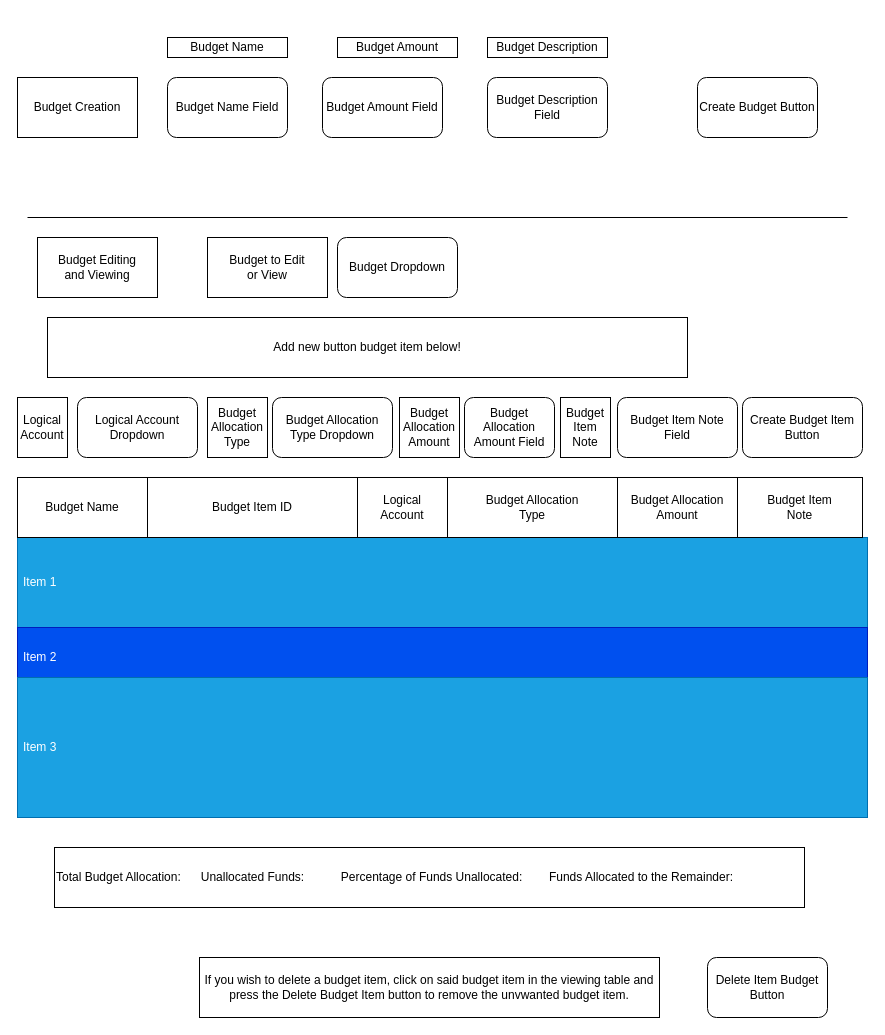
Above: page "Budgeting UI Rought Draft" (3 of 3) of Budgeting UI.drawio in Trenton-Gibson/Python-Finance-Project (draw.io), before the change. Source tidied: cells renumbered, new cells numbered last; positions are measured from the earlier drawing's top-left corner, leaving out a move shared by most shapes. Both pictures are drawn from the tidied source at 100%, with x=0, y=0 at pixel (17, 37).
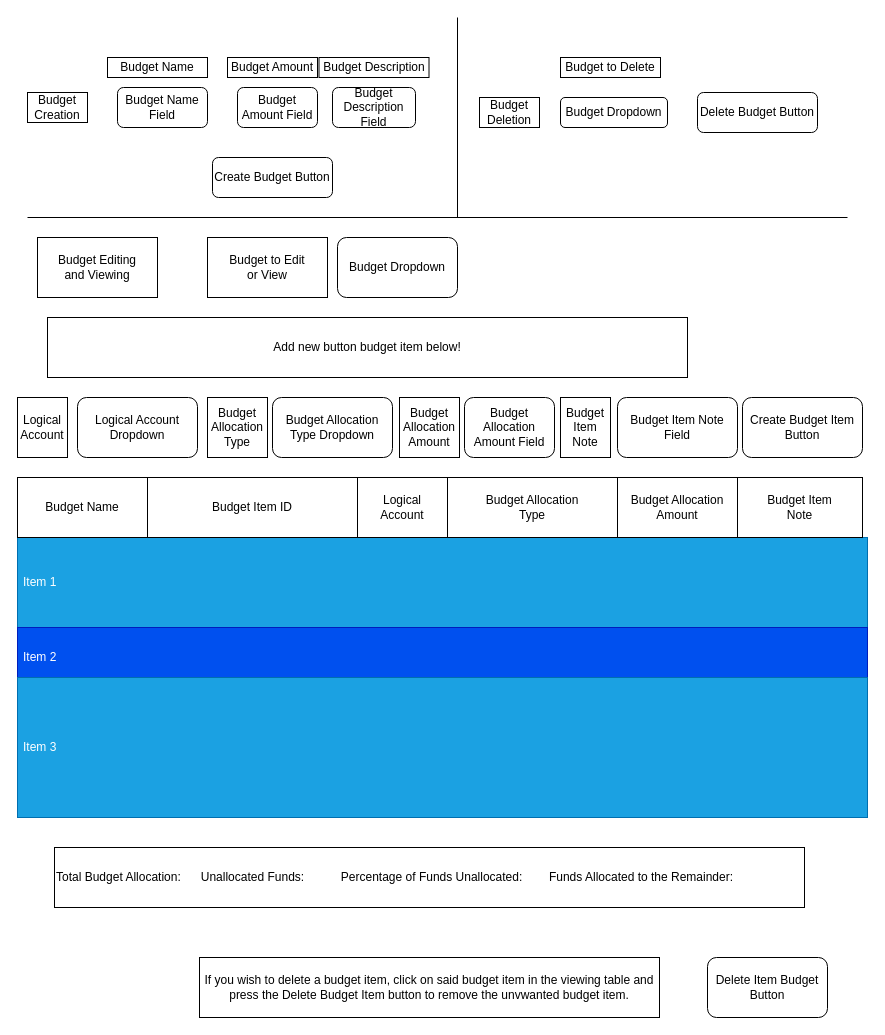
The same diagram, later.

Commit message (it also covers changes not shown here):
Need to finish budget amount display for income

What changed in the source:
```diff
@@
     <mxCell id="2" value="Budget Creation" style="rounded=0;whiteSpace=wrap;html=1;" parent="1" vertex="1">
-      <mxGeometry y="40" width="120" height="60" as="geometry" />
+      <mxGeometry x="10" y="55" width="60" height="30" as="geometry" />
     </mxCell>
@@
     <mxCell id="4" value="Budget Name Field" style="rounded=1;whiteSpace=wrap;html=1;" parent="1" vertex="1">
-      <mxGeometry x="150" y="40" width="120" height="60" as="geometry" />
+      <mxGeometry x="100" y="50" width="90" height="40" as="geometry" />
     </mxCell>
     <mxCell id="5" value="Create Budget Button" style="rounded=1;whiteSpace=wrap;html=1;" parent="1" vertex="1">
-      <mxGeometry x="680" y="40" width="120" height="60" as="geometry" />
+      <mxGeometry x="195" y="120" width="120" height="40" as="geometry" />
     </mxCell>
@@
     <mxCell id="16" value="Budget Description Field" style="rounded=1;whiteSpace=wrap;html=1;" parent="1" vertex="1">
-      <mxGeometry x="470" y="40" width="120" height="60" as="geometry" />
+      <mxGeometry x="315" y="50" width="83" height="40" as="geometry" />
     </mxCell>
@@
     <mxCell id="18" value="Budget Name" style="rounded=0;whiteSpace=wrap;html=1;" parent="1" vertex="1">
-      <mxGeometry x="150" width="120" height="20" as="geometry" />
+      <mxGeometry x="90" y="20" width="100" height="20" as="geometry" />
     </mxCell>
     <mxCell id="19" value="Budget Description" style="rounded=0;whiteSpace=wrap;html=1;" parent="1" vertex="1">
-      <mxGeometry x="470" width="120" height="20" as="geometry" />
+      <mxGeometry x="301.5" y="20" width="110" height="20" as="geometry" />
     </mxCell>
@@
     <mxCell id="33" value="Budget Amount Field" style="rounded=1;whiteSpace=wrap;html=1;" parent="1" vertex="1">
-      <mxGeometry x="305" y="40" width="120" height="60" as="geometry" />
+      <mxGeometry x="220" y="50" width="80" height="40" as="geometry" />
     </mxCell>
     <mxCell id="34" value="Budget Amount" style="rounded=0;whiteSpace=wrap;html=1;" parent="1" vertex="1">
-      <mxGeometry x="320" width="120" height="20" as="geometry" />
+      <mxGeometry x="210" y="20" width="90" height="20" as="geometry" />
     </mxCell>
@@
+    <mxCell id="36" style="endArrow=none;html=1;rounded=0;" parent="1" edge="1">
+      <mxGeometry relative="1" as="geometry">
+        <mxPoint x="440" y="180" as="sourcePoint" />
+        <mxPoint x="440" y="-20" as="targetPoint" />
+      </mxGeometry>
+    </mxCell>
+    <mxCell id="37" value="Budget Deletion" style="rounded=0;whiteSpace=wrap;html=1;" parent="1" vertex="1">
+      <mxGeometry x="462" y="60" width="60" height="30" as="geometry" />
+    </mxCell>
+    <mxCell id="38" value="Budget to Delete" style="rounded=0;whiteSpace=wrap;html=1;" parent="1" vertex="1">
+      <mxGeometry x="543" y="20" width="100" height="20" as="geometry" />
+    </mxCell>
+    <mxCell id="39" value="Budget Dropdown" style="rounded=1;whiteSpace=wrap;html=1;" parent="1" vertex="1">
+      <mxGeometry x="543" y="60" width="107" height="30" as="geometry" />
+    </mxCell>
+    <mxCell id="40" value="Delete Budget Button" style="rounded=1;whiteSpace=wrap;html=1;" parent="1" vertex="1">
+      <mxGeometry x="680" y="55" width="120" height="40" as="geometry" />
+    </mxCell>
```
